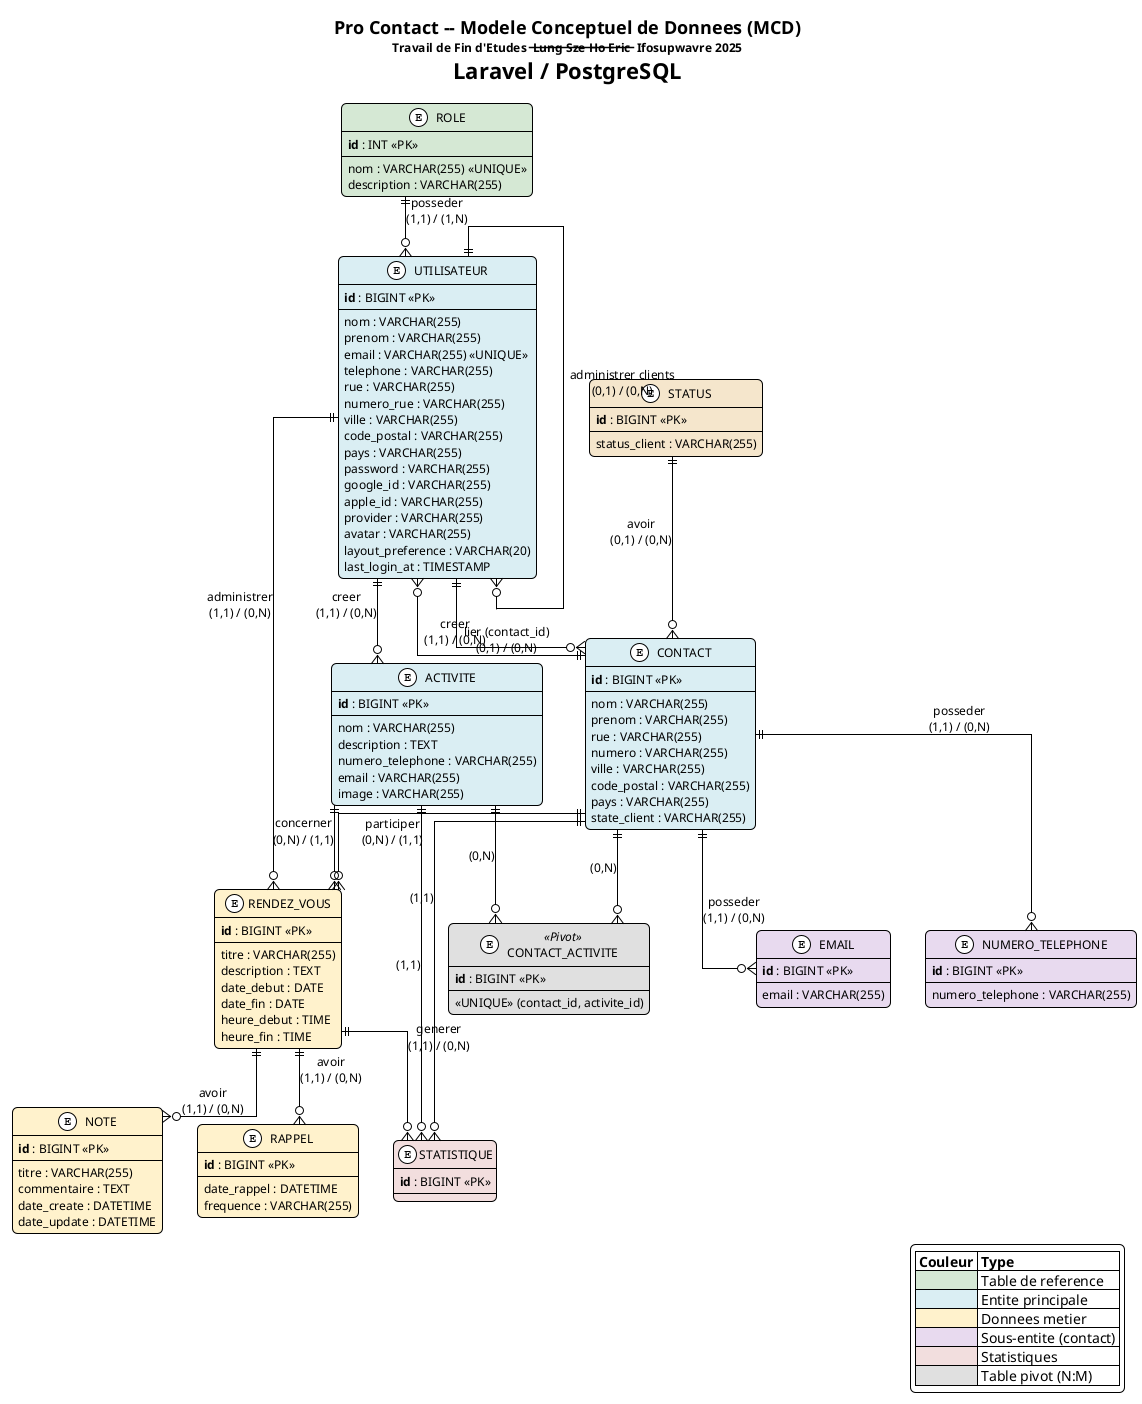
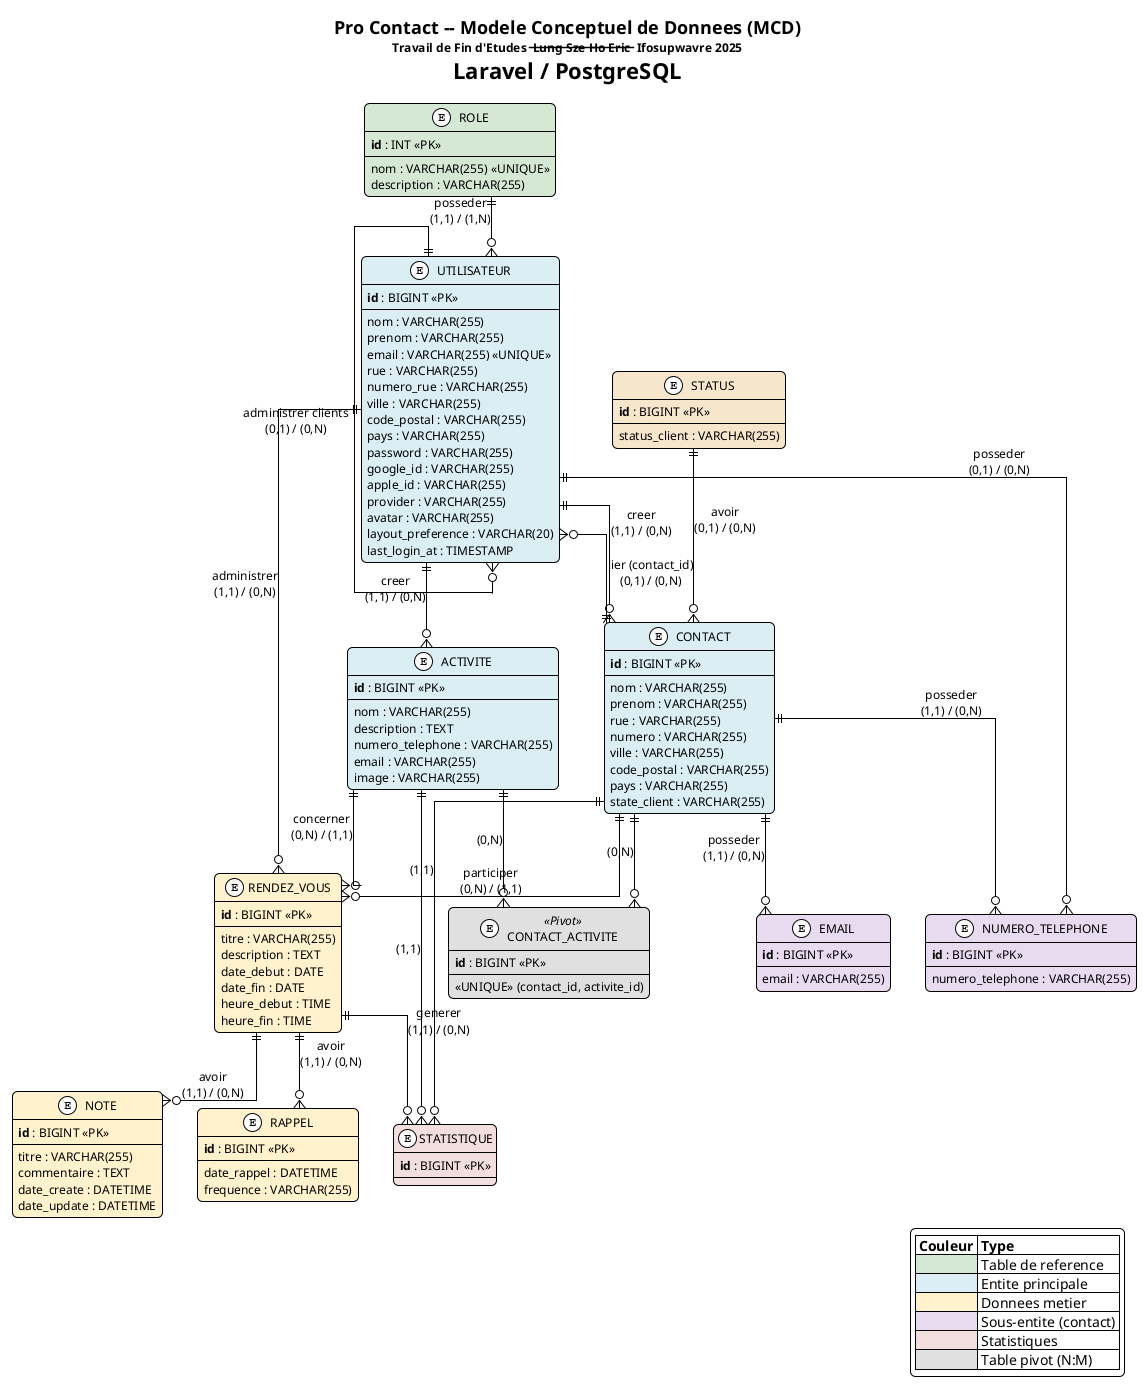
@startuml MCD_ProContact
!theme plain
skinparam linetype ortho
skinparam roundcorner 10
skinparam shadowing false
skinparam defaultFontName "Segoe UI"
skinparam defaultFontSize 12

skinparam entity {
    BackgroundColor #E8F4FD
    BorderColor #2C3E50
    FontColor #2C3E50
    FontStyle bold
    AttributeFontSize 11
    AttributeFontColor #34495E
}

skinparam class {
    HeaderBackgroundColor #3498DB
    HeaderFontColor white
}

title <size:18>**Pro Contact -- Modele Conceptuel de Donnees (MCD)**</size>\n<size:12>Travail de Fin d'Etudes -- Lung Sze Ho Eric -- Ifosupwavre 2025</size>\nLaravel / PostgreSQL

' ============================================
' ENTITES
' ============================================

entity "ROLE" as role #D5E8D4 {
    **id** : INT <<PK>>
    --
    nom : VARCHAR(255) <<UNIQUE>>
    description : VARCHAR(255)
}

entity "UTILISATEUR" as user #DAEEF3 {
    **id** : BIGINT <<PK>>
    --
    nom : VARCHAR(255)
    prenom : VARCHAR(255)
    email : VARCHAR(255) <<UNIQUE>>
-     telephone : VARCHAR(255)
    rue : VARCHAR(255)
    numero_rue : VARCHAR(255)
    ville : VARCHAR(255)
    code_postal : VARCHAR(255)
    pays : VARCHAR(255)
    password : VARCHAR(255)
    google_id : VARCHAR(255)
    apple_id : VARCHAR(255)
    provider : VARCHAR(255)
    avatar : VARCHAR(255)
    layout_preference : VARCHAR(20)
    last_login_at : TIMESTAMP
}

entity "STATUS" as status #F5E6CC {
    **id** : BIGINT <<PK>>
    --
    status_client : VARCHAR(255)
}

entity "CONTACT" as contact #DAEEF3 {
    **id** : BIGINT <<PK>>
    --
    nom : VARCHAR(255)
    prenom : VARCHAR(255)
    rue : VARCHAR(255)
    numero : VARCHAR(255)
    ville : VARCHAR(255)
    code_postal : VARCHAR(255)
    pays : VARCHAR(255)
    state_client : VARCHAR(255)
}

entity "ACTIVITE" as activite #DAEEF3 {
    **id** : BIGINT <<PK>>
    --
    nom : VARCHAR(255)
    description : TEXT
    numero_telephone : VARCHAR(255)
    email : VARCHAR(255)
    image : VARCHAR(255)
}

entity "RENDEZ_VOUS" as rdv #FFF2CC {
    **id** : BIGINT <<PK>>
    --
    titre : VARCHAR(255)
    description : TEXT
    date_debut : DATE
    date_fin : DATE
    heure_debut : TIME
    heure_fin : TIME
}

entity "NOTE" as note #FFF2CC {
    **id** : BIGINT <<PK>>
    --
    titre : VARCHAR(255)
    commentaire : TEXT
    date_create : DATETIME
    date_update : DATETIME
}

entity "RAPPEL" as rappel #FFF2CC {
    **id** : BIGINT <<PK>>
    --
    date_rappel : DATETIME
    frequence : VARCHAR(255)
}

entity "EMAIL" as email #E8DAEF {
    **id** : BIGINT <<PK>>
    --
    email : VARCHAR(255)
}

entity "NUMERO_TELEPHONE" as tel #E8DAEF {
    **id** : BIGINT <<PK>>
    --
    numero_telephone : VARCHAR(255)
}

entity "STATISTIQUE" as stat #F2DEDE {
    **id** : BIGINT <<PK>>
    --
}

entity "CONTACT_ACTIVITE" as pivot <<Pivot>> #E0E0E0 {
    **id** : BIGINT <<PK>>
    --
    <<UNIQUE>> (contact_id, activite_id)
}

' ============================================
' ASSOCIATIONS
' ============================================

role ||--o{ user : "posseder\n(1,1) / (1,N)"
user ||--o{ contact : "creer\n(1,1) / (0,N)"
user ||--o{ activite : "creer\n(1,1) / (0,N)"
user ||--o{ rdv : "administrer\n(1,1) / (0,N)"
user ||--o{ user : "administrer clients\n(0,1) / (0,N)"
user }o--|| contact : "lier (contact_id)\n(0,1) / (0,N)"
status ||--o{ contact : "avoir\n(0,1) / (0,N)"
contact ||--o{ email : "posseder\n(1,1) / (0,N)"
contact ||--o{ tel : "posseder\n(1,1) / (0,N)"
+ user ||--o{ tel : "posseder\n(0,1) / (0,N)"
contact ||--o{ rdv : "participer\n(0,N) / (1,1)"
activite ||--o{ rdv : "concerner\n(0,N) / (1,1)"
contact ||--o{ pivot : "(0,N)"
activite ||--o{ pivot : "(0,N)"
rdv ||--o{ note : "avoir\n(1,1) / (0,N)"
rdv ||--o{ rappel : "avoir\n(1,1) / (0,N)"
rdv ||--o{ stat : "generer\n(1,1) / (0,N)"
activite ||--o{ stat : "(1,1)"
contact ||--o{ stat : "(1,1)"

' ============================================
' LEGENDE
' ============================================

legend bottom right
    |= Couleur |= Type |
    | <#D5E8D4> | Table de reference |
    | <#DAEEF3> | Entite principale |
    | <#FFF2CC> | Donnees metier |
    | <#E8DAEF> | Sous-entite (contact) |
    | <#F2DEDE> | Statistiques |
    | <#E0E0E0> | Table pivot (N:M) |
endlegend

@enduml
